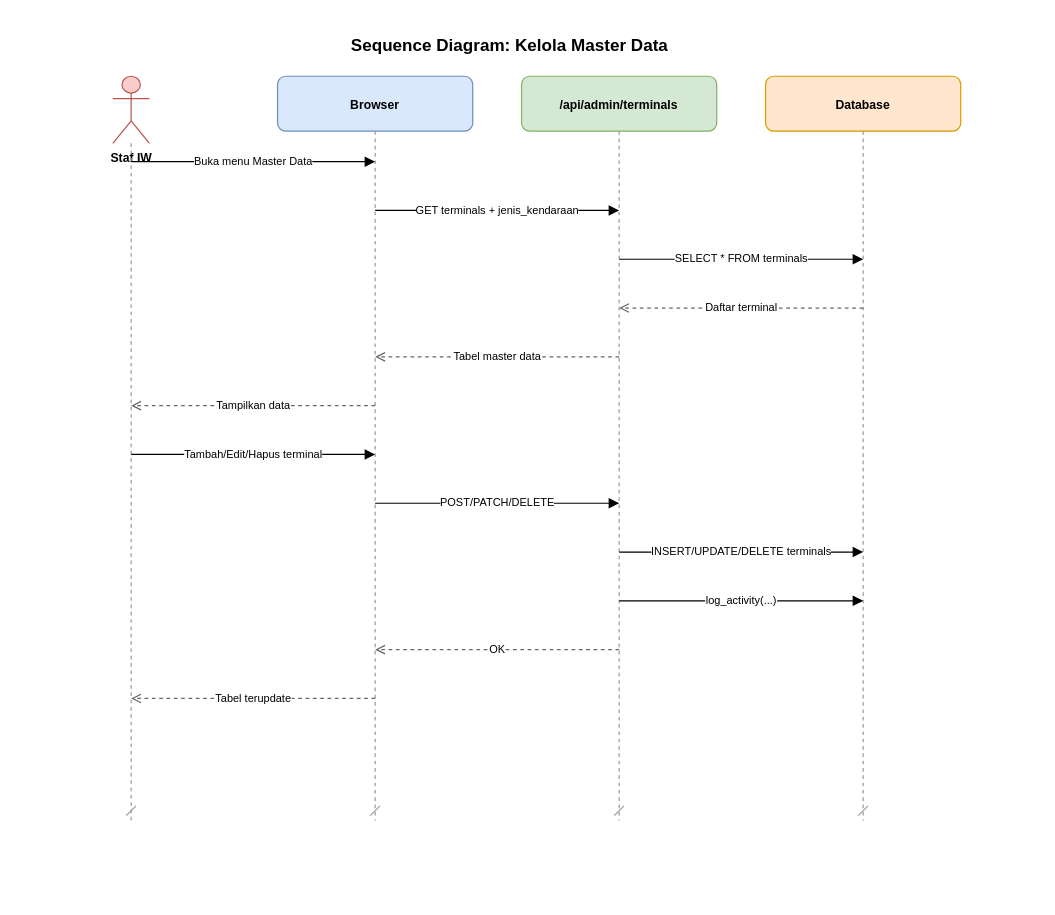
This is docs/diagrams/sequence/14-sq-kelola-master-data.drawio from RyanGLoomy/terminal-iwkbu, a draw.io file, before an edit. Source tidied: cells renumbered, new cells numbered last; positions are measured from the earlier drawing's top-left corner, leaving out a move shared by most shapes. Both pictures are drawn from the tidied source at 122%, with x=0, y=0 at pixel (57, 27).
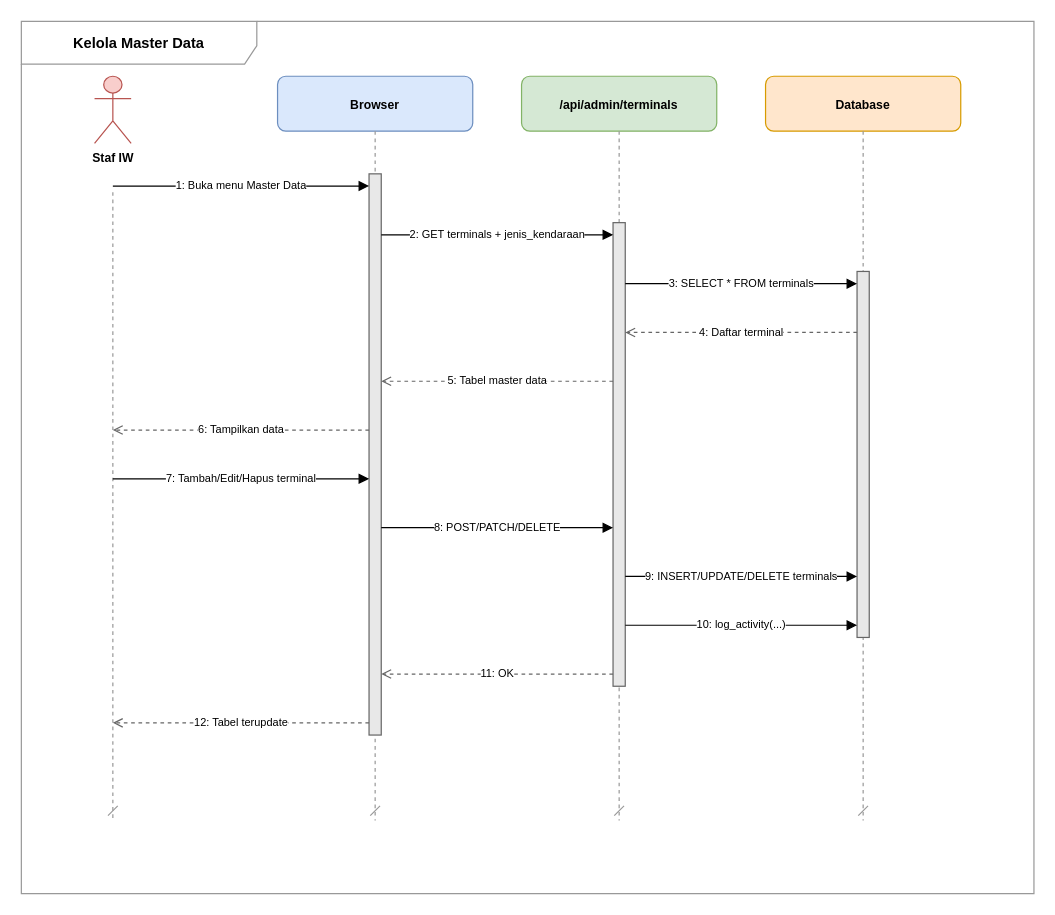
Above is the later version.

What changed in the source:
```diff
@@
-    <mxCell id="2" value="Sequence Diagram: Kelola Master Data" style="text;html=1;align=center;verticalAlign=middle;fontSize=14;fontStyle=1;strokeColor=none;fillColor=none;" parent="1" vertex="1">
-      <mxGeometry width="740" height="30" as="geometry" />
-    </mxCell>
+    <mxCell id="23" value="Kelola Master Data" style="shape=umlFrame;whiteSpace=wrap;html=1;fillColor=none;strokeColor=#999999;fontSize=12;fontStyle=1;lightOpacity=50;tabWidth=193;tabHeight=22;width=193;height=35;" parent="1" vertex="1">
+      <mxGeometry x="-30" y="-5" width="830" height="715" as="geometry" />
+    </mxCell>
     <mxCell id="3" value="Staf IW" style="shape=umlActor;verticalLabelPosition=bottom;verticalAlign=top;html=1;fillColor=#f8cecc;strokeColor=#b85450;fontStyle=1;fontSize=10;" parent="1" vertex="1">
-      <mxGeometry x="45" y="40" width="30" height="55" as="geometry" />
+      <mxGeometry x="30" y="40" width="30" height="55" as="geometry" />
     </mxCell>
     <mxCell id="4" style="endArrow=dash;dashed=1;html=1;strokeWidth=1;strokeColor=#999999;" parent="1" edge="1">
       <mxGeometry relative="1" as="geometry">
-        <mxPoint x="60" y="95" as="sourcePoint" />
-        <mxPoint x="60" y="650" as="targetPoint" />
+        <mxPoint x="45" y="135" as="sourcePoint" />
+        <mxPoint x="45" y="650" as="targetPoint" />
       </mxGeometry>
     </mxCell>
@@
+    <mxCell id="24" style="rounded=0;whiteSpace=wrap;html=1;fillColor=#e8e8e8;strokeColor=#666666;strokeWidth=1;" parent="1" vertex="1">
+      <mxGeometry x="255" y="120" width="10" height="460" as="geometry" />
+    </mxCell>
+    <mxCell id="25" style="rounded=0;whiteSpace=wrap;html=1;fillColor=#e8e8e8;strokeColor=#666666;strokeWidth=1;" parent="1" vertex="1">
+      <mxGeometry x="455" y="160" width="10" height="380" as="geometry" />
+    </mxCell>
+    <mxCell id="26" style="rounded=0;whiteSpace=wrap;html=1;fillColor=#e8e8e8;strokeColor=#666666;strokeWidth=1;" parent="1" vertex="1">
+      <mxGeometry x="655" y="200" width="10" height="300" as="geometry" />
+    </mxCell>
-    <mxCell id="11" value="Buka menu Master Data" style="endArrow=block;endFill=1;html=1;fontSize=9;" parent="1" edge="1">
+    <mxCell id="11" value="1: Buka menu Master Data" style="endArrow=block;endFill=1;html=1;fontSize=9;" parent="1" edge="1">
       <mxGeometry relative="1" as="geometry">
-        <mxPoint x="60" y="110" as="sourcePoint" />
-        <mxPoint x="260" y="110" as="targetPoint" />
+        <mxPoint x="45" y="130" as="sourcePoint" />
+        <mxPoint x="255" y="130" as="targetPoint" />
       </mxGeometry>
     </mxCell>
-    <mxCell id="12" value="GET terminals + jenis_kendaraan" style="endArrow=block;endFill=1;html=1;fontSize=9;" parent="1" edge="1">
+    <mxCell id="12" value="2: GET terminals + jenis_kendaraan" style="endArrow=block;endFill=1;html=1;fontSize=9;" parent="1" edge="1">
       <mxGeometry relative="1" as="geometry">
-        <mxPoint x="260" y="150" as="sourcePoint" />
-        <mxPoint x="460" y="150" as="targetPoint" />
+        <mxPoint x="265" y="170" as="sourcePoint" />
+        <mxPoint x="455" y="170" as="targetPoint" />
       </mxGeometry>
     </mxCell>
-    <mxCell id="13" value="SELECT * FROM terminals" style="endArrow=block;endFill=1;html=1;fontSize=9;" parent="1" edge="1">
+    <mxCell id="13" value="3: SELECT * FROM terminals" style="endArrow=block;endFill=1;html=1;fontSize=9;" parent="1" edge="1">
       <mxGeometry relative="1" as="geometry">
-        <mxPoint x="460" y="190" as="sourcePoint" />
-        <mxPoint x="660" y="190" as="targetPoint" />
+        <mxPoint x="465" y="210" as="sourcePoint" />
+        <mxPoint x="655" y="210" as="targetPoint" />
       </mxGeometry>
     </mxCell>
-    <mxCell id="14" value="Daftar terminal" style="endArrow=open;endFill=0;dashed=1;html=1;fontSize=9;strokeColor=#666666;" parent="1" edge="1">
+    <mxCell id="14" value="4: Daftar terminal" style="endArrow=open;endFill=0;dashed=1;html=1;fontSize=9;strokeColor=#666666;" parent="1" edge="1">
       <mxGeometry relative="1" as="geometry">
-        <mxPoint x="660" y="230" as="sourcePoint" />
-        <mxPoint x="460" y="230" as="targetPoint" />
+        <mxPoint x="655" y="250" as="sourcePoint" />
+        <mxPoint x="465" y="250" as="targetPoint" />
       </mxGeometry>
     </mxCell>
-    <mxCell id="15" value="Tabel master data" style="endArrow=open;endFill=0;dashed=1;html=1;fontSize=9;strokeColor=#666666;" parent="1" edge="1">
+    <mxCell id="15" value="5: Tabel master data" style="endArrow=open;endFill=0;dashed=1;html=1;fontSize=9;strokeColor=#666666;" parent="1" edge="1">
       <mxGeometry relative="1" as="geometry">
-        <mxPoint x="460" y="270" as="sourcePoint" />
-        <mxPoint x="260" y="270" as="targetPoint" />
+        <mxPoint x="455" y="290" as="sourcePoint" />
+        <mxPoint x="265" y="290" as="targetPoint" />
       </mxGeometry>
     </mxCell>
-    <mxCell id="16" value="Tampilkan data" style="endArrow=open;endFill=0;dashed=1;html=1;fontSize=9;strokeColor=#666666;" parent="1" edge="1">
+    <mxCell id="16" value="6: Tampilkan data" style="endArrow=open;endFill=0;dashed=1;html=1;fontSize=9;strokeColor=#666666;" parent="1" edge="1">
       <mxGeometry relative="1" as="geometry">
-        <mxPoint x="260" y="310" as="sourcePoint" />
-        <mxPoint x="60" y="310" as="targetPoint" />
+        <mxPoint x="255" y="330" as="sourcePoint" />
+        <mxPoint x="45" y="330" as="targetPoint" />
       </mxGeometry>
     </mxCell>
-    <mxCell id="17" value="Tambah/Edit/Hapus terminal" style="endArrow=block;endFill=1;html=1;fontSize=9;" parent="1" edge="1">
+    <mxCell id="17" value="7: Tambah/Edit/Hapus terminal" style="endArrow=block;endFill=1;html=1;fontSize=9;" parent="1" edge="1">
       <mxGeometry relative="1" as="geometry">
-        <mxPoint x="60" y="350" as="sourcePoint" />
-        <mxPoint x="260" y="350" as="targetPoint" />
+        <mxPoint x="45" y="370" as="sourcePoint" />
+        <mxPoint x="255" y="370" as="targetPoint" />
       </mxGeometry>
     </mxCell>
-    <mxCell id="18" value="POST/PATCH/DELETE" style="endArrow=block;endFill=1;html=1;fontSize=9;" parent="1" edge="1">
+    <mxCell id="18" value="8: POST/PATCH/DELETE" style="endArrow=block;endFill=1;html=1;fontSize=9;" parent="1" edge="1">
       <mxGeometry relative="1" as="geometry">
-        <mxPoint x="260" y="390" as="sourcePoint" />
-        <mxPoint x="460" y="390" as="targetPoint" />
+        <mxPoint x="265" y="410" as="sourcePoint" />
+        <mxPoint x="455" y="410" as="targetPoint" />
       </mxGeometry>
     </mxCell>
-    <mxCell id="19" value="INSERT/UPDATE/DELETE terminals" style="endArrow=block;endFill=1;html=1;fontSize=9;" parent="1" edge="1">
+    <mxCell id="19" value="9: INSERT/UPDATE/DELETE terminals" style="endArrow=block;endFill=1;html=1;fontSize=9;" parent="1" edge="1">
       <mxGeometry relative="1" as="geometry">
-        <mxPoint x="460" y="430" as="sourcePoint" />
-        <mxPoint x="660" y="430" as="targetPoint" />
+        <mxPoint x="465" y="450" as="sourcePoint" />
+        <mxPoint x="655" y="450" as="targetPoint" />
       </mxGeometry>
     </mxCell>
-    <mxCell id="20" value="log_activity(...)" style="endArrow=block;endFill=1;html=1;fontSize=9;" parent="1" edge="1">
+    <mxCell id="20" value="10: log_activity(...)" style="endArrow=block;endFill=1;html=1;fontSize=9;" parent="1" edge="1">
       <mxGeometry relative="1" as="geometry">
-        <mxPoint x="460" y="470" as="sourcePoint" />
-        <mxPoint x="660" y="470" as="targetPoint" />
+        <mxPoint x="465" y="490" as="sourcePoint" />
+        <mxPoint x="655" y="490" as="targetPoint" />
       </mxGeometry>
     </mxCell>
-    <mxCell id="21" value="OK" style="endArrow=open;endFill=0;dashed=1;html=1;fontSize=9;strokeColor=#666666;" parent="1" edge="1">
+    <mxCell id="21" value="11: OK" style="endArrow=open;endFill=0;dashed=1;html=1;fontSize=9;strokeColor=#666666;" parent="1" edge="1">
       <mxGeometry relative="1" as="geometry">
-        <mxPoint x="460" y="510" as="sourcePoint" />
-        <mxPoint x="260" y="510" as="targetPoint" />
+        <mxPoint x="455" y="530" as="sourcePoint" />
+        <mxPoint x="265" y="530" as="targetPoint" />
       </mxGeometry>
     </mxCell>
-    <mxCell id="22" value="Tabel terupdate" style="endArrow=open;endFill=0;dashed=1;html=1;fontSize=9;strokeColor=#666666;" parent="1" edge="1">
+    <mxCell id="22" value="12: Tabel terupdate" style="endArrow=open;endFill=0;dashed=1;html=1;fontSize=9;strokeColor=#666666;" parent="1" edge="1">
       <mxGeometry relative="1" as="geometry">
-        <mxPoint x="260" y="550" as="sourcePoint" />
-        <mxPoint x="60" y="550" as="targetPoint" />
+        <mxPoint x="255" y="570" as="sourcePoint" />
+        <mxPoint x="45" y="570" as="targetPoint" />
       </mxGeometry>
     </mxCell>
```
